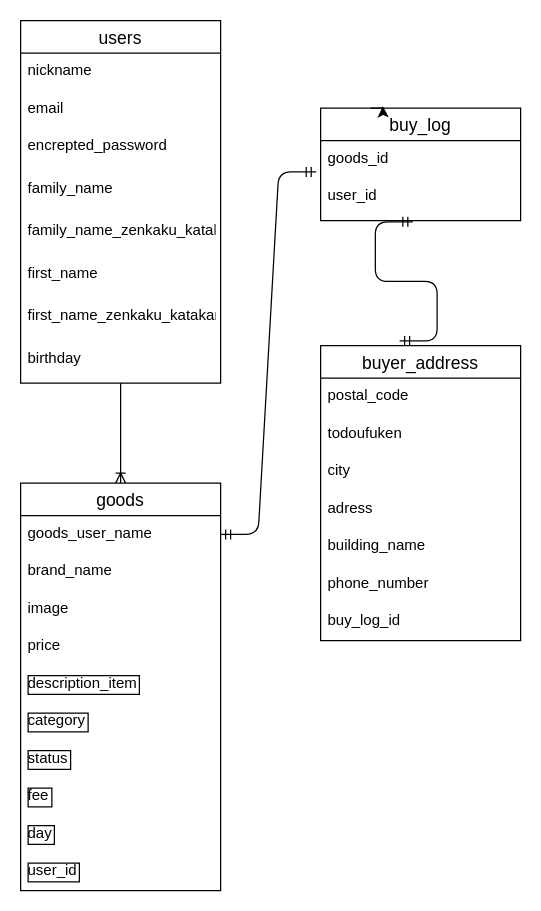
Earlier version of the draw.io diagram ER.dio (o-kun8228/furima-37097). Source tidied: cells renumbered, new cells numbered last; positions are measured from the earlier drawing's top-left corner, leaving out a move shared by most shapes. Both pictures are drawn from the tidied source at 125%, with x=0, y=0 at pixel (20, 20).
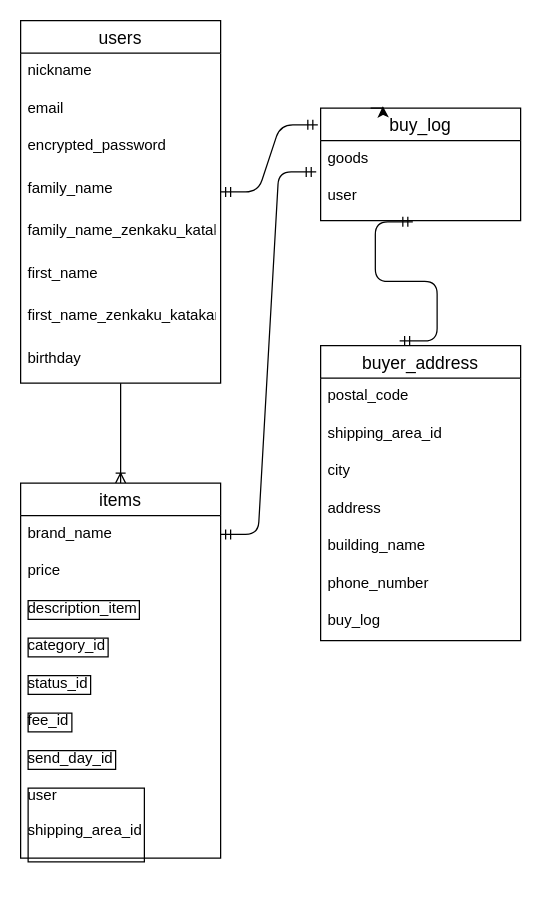
The same diagram, later.

The change refers to these unchanged cells:
```xml
<mxCell id="4" value="users" style="swimlane;fontStyle=0;horizontal=1;startSize=26;align=center;fontSize=14;" parent="1" vertex="1">
  <mxGeometry width="160" height="290" as="geometry" />
</mxCell>
<mxCell id="8" value="family_name" style="text;strokeColor=none;fillColor=none;spacingLeft=4;spacingRight=4;overflow=hidden;points=[[0,0.5],[1,0.5]];portConstraint=eastwest;fontSize=12;" parent="4" vertex="1">
  <mxGeometry y="120" width="160" height="34" as="geometry" />
</mxCell>
<mxCell id="24" value="buy_log" style="swimlane;fontStyle=0;horizontal=1;startSize=26;align=center;fontSize=14;" parent="1" vertex="1">
  <mxGeometry x="240" y="70" width="160" height="90" as="geometry" />
</mxCell>
<mxCell id="27" value="buyer_address" style="swimlane;fontStyle=0;horizontal=1;startSize=26;align=center;fontSize=14;" parent="1" vertex="1">
  <mxGeometry x="240" y="260" width="160" height="236" as="geometry" />
</mxCell>
```

The edit, as a diff of the source:
```diff
@@
-    <mxCell id="7" value="encrepted_password" style="text;strokeColor=none;fillColor=none;spacingLeft=4;spacingRight=4;overflow=hidden;fontSize=12;" parent="4" vertex="1">
+    <mxCell id="7" value="encrypted_password" style="text;strokeColor=none;fillColor=none;spacingLeft=4;spacingRight=4;overflow=hidden;fontSize=12;" parent="4" vertex="1">
       <mxGeometry y="86" width="160" height="34" as="geometry" />
     </mxCell>
@@
-    <mxCell id="13" value="goods" style="swimlane;fontStyle=0;horizontal=1;startSize=26;align=center;fontSize=14;" parent="1" vertex="1">
-      <mxGeometry y="370" width="160" height="326" as="geometry" />
+    <mxCell id="13" value="items" style="swimlane;fontStyle=0;horizontal=1;startSize=26;align=center;fontSize=14;" parent="1" vertex="1">
+      <mxGeometry y="370" width="160" height="300" as="geometry" />
     </mxCell>
-    <mxCell id="14" value="goods_user_name" style="text;strokeColor=none;fillColor=none;spacingLeft=4;spacingRight=4;overflow=hidden;points=[[0,0.5],[1,0.5]];portConstraint=eastwest;fontSize=12;" parent="13" vertex="1">
-      <mxGeometry y="26" width="160" height="30" as="geometry" />
-    </mxCell>
     <mxCell id="15" value="brand_name" style="text;strokeColor=none;fillColor=none;spacingLeft=4;spacingRight=4;overflow=hidden;fontSize=12;" parent="13" vertex="1">
-      <mxGeometry y="56" width="160" height="30" as="geometry" />
+      <mxGeometry y="26" width="160" height="30" as="geometry" />
     </mxCell>
-    <mxCell id="16" value="image" style="text;strokeColor=none;fillColor=none;spacingLeft=4;spacingRight=4;overflow=hidden;fontSize=12;" parent="13" vertex="1">
-      <mxGeometry y="86" width="160" height="30" as="geometry" />
-    </mxCell>
     <mxCell id="17" value="price" style="text;strokeColor=none;fillColor=none;spacingLeft=4;spacingRight=4;overflow=hidden;fontSize=12;" parent="13" vertex="1">
-      <mxGeometry y="116" width="160" height="30" as="geometry" />
+      <mxGeometry y="56" width="160" height="30" as="geometry" />
     </mxCell>
     <mxCell id="18" value="description_item" style="text;strokeColor=none;fillColor=none;spacingLeft=4;spacingRight=4;overflow=hidden;fontSize=12;labelBorderColor=#000000;" parent="13" vertex="1">
-      <mxGeometry y="146" width="160" height="30" as="geometry" />
+      <mxGeometry y="86" width="160" height="30" as="geometry" />
     </mxCell>
-    <mxCell id="19" value="category" style="text;strokeColor=none;fillColor=none;spacingLeft=4;spacingRight=4;overflow=hidden;fontSize=12;labelBorderColor=#000000;" parent="13" vertex="1">
-      <mxGeometry y="176" width="160" height="30" as="geometry" />
+    <mxCell id="19" value="category_id" style="text;strokeColor=none;fillColor=none;spacingLeft=4;spacingRight=4;overflow=hidden;fontSize=12;labelBorderColor=#000000;" parent="13" vertex="1">
+      <mxGeometry y="116" width="160" height="30" as="geometry" />
     </mxCell>
-    <mxCell id="20" value="status" style="text;strokeColor=none;fillColor=none;spacingLeft=4;spacingRight=4;overflow=hidden;fontSize=12;labelBorderColor=#000000;" parent="13" vertex="1">
-      <mxGeometry y="206" width="160" height="30" as="geometry" />
+    <mxCell id="20" value="status_id" style="text;strokeColor=none;fillColor=none;spacingLeft=4;spacingRight=4;overflow=hidden;fontSize=12;labelBorderColor=#000000;" parent="13" vertex="1">
+      <mxGeometry y="146" width="160" height="30" as="geometry" />
     </mxCell>
-    <mxCell id="21" value="fee" style="text;strokeColor=none;fillColor=none;spacingLeft=4;spacingRight=4;overflow=hidden;fontSize=12;labelBorderColor=#000000;" parent="13" vertex="1">
-      <mxGeometry y="236" width="160" height="30" as="geometry" />
+    <mxCell id="21" value="fee_id" style="text;strokeColor=none;fillColor=none;spacingLeft=4;spacingRight=4;overflow=hidden;fontSize=12;labelBorderColor=#000000;" parent="13" vertex="1">
+      <mxGeometry y="176" width="160" height="30" as="geometry" />
     </mxCell>
-    <mxCell id="22" value="day" style="text;strokeColor=none;fillColor=none;spacingLeft=4;spacingRight=4;overflow=hidden;fontSize=12;labelBorderColor=#000000;" parent="13" vertex="1">
-      <mxGeometry y="266" width="160" height="30" as="geometry" />
+    <mxCell id="22" value="send_day_id" style="text;strokeColor=none;fillColor=none;spacingLeft=4;spacingRight=4;overflow=hidden;fontSize=12;labelBorderColor=#000000;" parent="13" vertex="1">
+      <mxGeometry y="206" width="160" height="30" as="geometry" />
     </mxCell>
-    <mxCell id="23" value="user_id" style="text;strokeColor=none;fillColor=none;spacingLeft=4;spacingRight=4;overflow=hidden;fontSize=12;labelBorderColor=#000000;" parent="13" vertex="1">
-      <mxGeometry y="296" width="160" height="30" as="geometry" />
+    <mxCell id="23" value="user&#10;&#10;shipping_area_id&#10;&#10;" style="text;strokeColor=none;fillColor=none;spacingLeft=4;spacingRight=4;overflow=hidden;fontSize=12;labelBorderColor=#000000;" parent="13" vertex="1">
+      <mxGeometry y="236" width="160" height="64" as="geometry" />
     </mxCell>
@@
-    <mxCell id="25" value="goods_id" style="text;strokeColor=none;fillColor=none;spacingLeft=4;spacingRight=4;overflow=hidden;fontSize=12;" parent="24" vertex="1">
+    <mxCell id="25" value="goods" style="text;strokeColor=none;fillColor=none;spacingLeft=4;spacingRight=4;overflow=hidden;fontSize=12;" parent="24" vertex="1">
       <mxGeometry y="26" width="160" height="30" as="geometry" />
     </mxCell>
-    <mxCell id="26" value="user_id" style="text;strokeColor=none;fillColor=none;spacingLeft=4;spacingRight=4;overflow=hidden;points=[[0,0.5],[1,0.5]];portConstraint=eastwest;fontSize=12;" parent="24" vertex="1">
+    <mxCell id="26" value="user" style="text;strokeColor=none;fillColor=none;spacingLeft=4;spacingRight=4;overflow=hidden;points=[[0,0.5],[1,0.5]];portConstraint=eastwest;fontSize=12;" parent="24" vertex="1">
       <mxGeometry y="56" width="160" height="34" as="geometry" />
     </mxCell>
@@
-    <mxCell id="29" value="todoufuken" style="text;strokeColor=none;fillColor=none;spacingLeft=4;spacingRight=4;overflow=hidden;fontSize=12;" parent="27" vertex="1">
+    <mxCell id="29" value="shipping_area_id" style="text;strokeColor=none;fillColor=none;spacingLeft=4;spacingRight=4;overflow=hidden;fontSize=12;" parent="27" vertex="1">
       <mxGeometry y="56" width="160" height="30" as="geometry" />
     </mxCell>
@@
-    <mxCell id="31" value="adress" style="text;strokeColor=none;fillColor=none;spacingLeft=4;spacingRight=4;overflow=hidden;fontSize=12;" parent="27" vertex="1">
+    <mxCell id="31" value="address" style="text;strokeColor=none;fillColor=none;spacingLeft=4;spacingRight=4;overflow=hidden;fontSize=12;" parent="27" vertex="1">
       <mxGeometry y="116" width="160" height="30" as="geometry" />
     </mxCell>
@@
-    <mxCell id="34" value="buy_log_id" style="text;strokeColor=none;fillColor=none;spacingLeft=4;spacingRight=4;overflow=hidden;fontSize=12;" parent="27" vertex="1">
+    <mxCell id="34" value="buy_log" style="text;strokeColor=none;fillColor=none;spacingLeft=4;spacingRight=4;overflow=hidden;fontSize=12;" parent="27" vertex="1">
       <mxGeometry y="206" width="160" height="30" as="geometry" />
     </mxCell>
@@
-    <mxCell id="37" style="edgeStyle=entityRelationEdgeStyle;fontSize=12;html=1;endArrow=ERmandOne;startArrow=ERmandOne;exitX=1;exitY=0.5;exitDx=0;exitDy=0;entryX=-0.022;entryY=-0.147;entryDx=0;entryDy=0;entryPerimeter=0;" parent="1" edge="1" source="14" target="26">
-      <mxGeometry relative="1" as="geometry" />
+    <mxCell id="37" style="edgeStyle=entityRelationEdgeStyle;fontSize=12;html=1;endArrow=ERmandOne;startArrow=ERmandOne;exitX=1;exitY=0.5;exitDx=0;exitDy=0;entryX=-0.022;entryY=-0.147;entryDx=0;entryDy=0;entryPerimeter=0;" parent="1" edge="1" target="26">
+      <mxGeometry relative="1" as="geometry">
+        <mxPoint x="160" y="411" as="sourcePoint" />
+      </mxGeometry>
     </mxCell>
+    <mxCell id="38" style="edgeStyle=entityRelationEdgeStyle;fontSize=12;html=1;endArrow=ERmandOne;startArrow=ERmandOne;entryX=-0.014;entryY=0.148;entryDx=0;entryDy=0;entryPerimeter=0;exitX=1;exitY=0.5;exitDx=0;exitDy=0;" parent="1" edge="1" source="8" target="24">
+      <mxGeometry relative="1" as="geometry" />
+    </mxCell>
```
